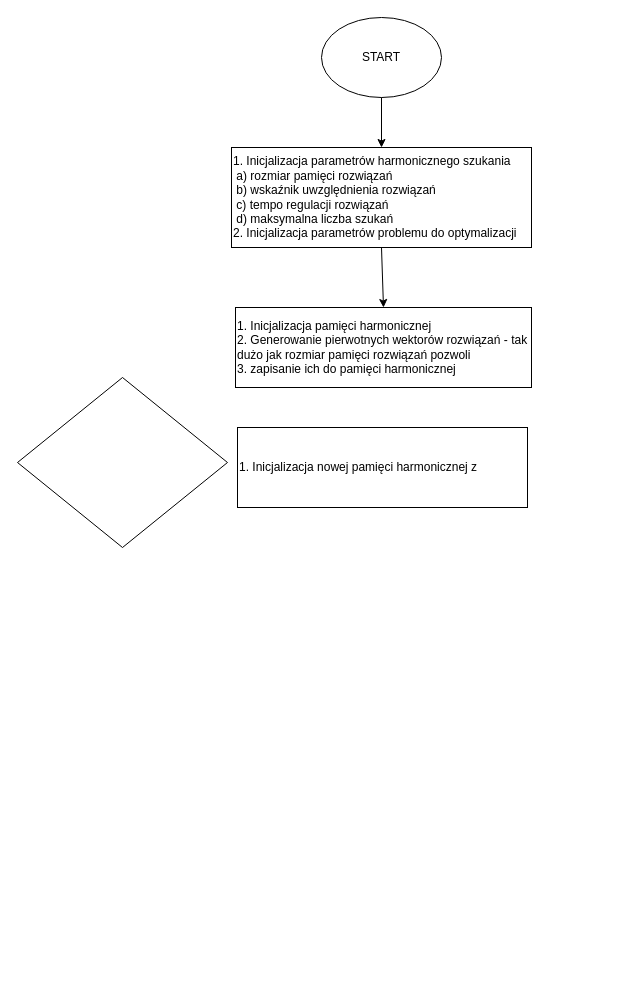
Earlier version of the draw.io diagram dokumentacja/algorytm.drawio (EmPi8337/HS). Source tidied: cells renumbered, new cells numbered last; positions are measured from the earlier drawing's top-left corner, leaving out a move shared by most shapes. Both pictures are drawn from the tidied source at 100%, with x=0, y=0 at pixel (17, 17).
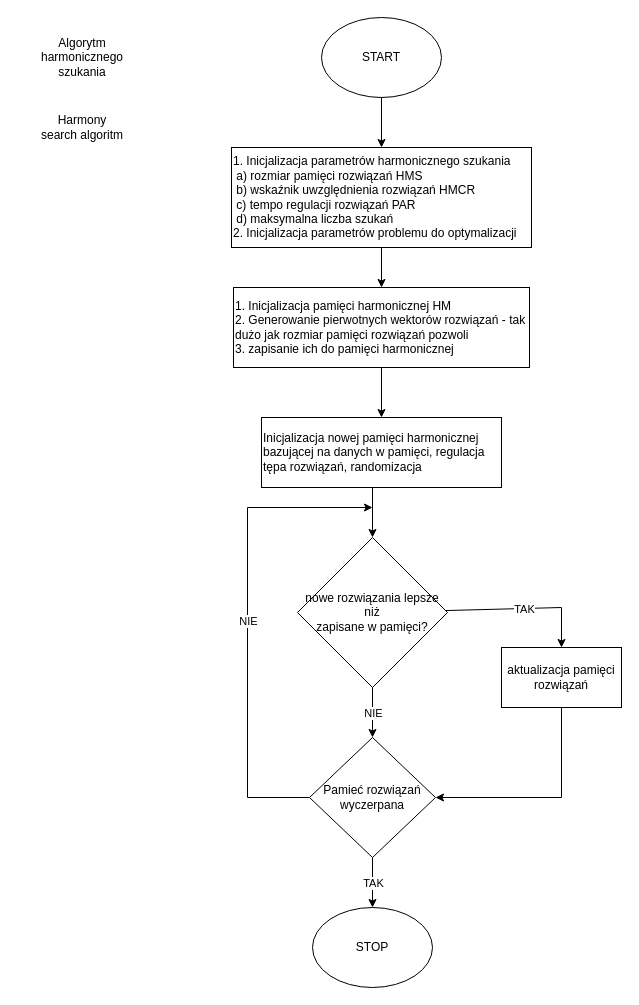
The same page after the edit.

Change to the diagram source:
```diff
@@
-    <mxCell id="2" value="&lt;div&gt;1. Inicjalizacja parametrów harmonicznego szukania&lt;/div&gt;&lt;div&gt;&lt;span style=&quot;white-space: pre&quot;&gt; &lt;/span&gt;a) rozmiar pamięci rozwiązań&lt;br&gt;&lt;/div&gt;&lt;div&gt;&lt;span style=&quot;white-space: pre&quot;&gt; &lt;/span&gt;b) wskaźnik uwzględnienia rozwiązań&lt;/div&gt;&lt;div&gt;&lt;span style=&quot;white-space: pre&quot;&gt; &lt;/span&gt;c) tempo regulacji rozwiązań&lt;/div&gt;&lt;div&gt;&lt;span style=&quot;white-space: pre&quot;&gt; &lt;/span&gt;d) maksymalna liczba szukań&lt;/div&gt;&lt;div&gt;2. Inicjalizacja parametrów problemu do optymalizacji&lt;br&gt;&lt;/div&gt;" style="rounded=0;whiteSpace=wrap;html=1;align=left;" parent="1" vertex="1">
+    <mxCell id="2" value="&lt;div&gt;1. Inicjalizacja parametrów harmonicznego szukania&lt;/div&gt;&lt;div&gt;&lt;span style=&quot;white-space: pre&quot;&gt; &lt;/span&gt;a) rozmiar pamięci rozwiązań HMS&lt;br&gt;&lt;/div&gt;&lt;div&gt;&lt;span style=&quot;white-space: pre&quot;&gt; &lt;/span&gt;b) wskaźnik uwzględnienia rozwiązań HMCR&lt;br&gt;&lt;/div&gt;&lt;div&gt;&lt;span style=&quot;white-space: pre&quot;&gt; &lt;/span&gt;c) tempo regulacji rozwiązań PAR&lt;br&gt;&lt;/div&gt;&lt;div&gt;&lt;span style=&quot;white-space: pre&quot;&gt; &lt;/span&gt;d) maksymalna liczba szukań&lt;/div&gt;&lt;div&gt;2. Inicjalizacja parametrów problemu do optymalizacji&lt;br&gt;&lt;/div&gt;" style="rounded=0;whiteSpace=wrap;html=1;align=left;" parent="1" vertex="1">
       <mxGeometry x="214" y="130" width="300" height="100" as="geometry" />
     </mxCell>
@@
-    <mxCell id="5" value="&lt;div&gt;1. Inicjalizacja pamięci harmonicznej&lt;/div&gt;&lt;div&gt;2. Generowanie pierwotnych wektorów rozwiązań - tak dużo jak rozmiar pamięci rozwiązań pozwoli&lt;/div&gt;&lt;div&gt;3. zapisanie ich do pamięci harmonicznej &lt;br&gt; &lt;/div&gt;" style="rounded=0;whiteSpace=wrap;html=1;align=left;" parent="1" vertex="1">
-      <mxGeometry x="218" y="290" width="296" height="80" as="geometry" />
+    <mxCell id="5" value="&lt;div&gt;1. Inicjalizacja pamięci harmonicznej HM&lt;br&gt;&lt;/div&gt;&lt;div&gt;2. Generowanie pierwotnych wektorów rozwiązań - tak dużo jak rozmiar pamięci rozwiązań pozwoli&lt;/div&gt;&lt;div&gt;3. zapisanie ich do pamięci harmonicznej &lt;br&gt; &lt;/div&gt;" style="rounded=0;whiteSpace=wrap;html=1;align=left;" parent="1" vertex="1">
+      <mxGeometry x="216" y="270" width="296" height="80" as="geometry" />
     </mxCell>
@@
-    <mxCell id="7" value="1. Inicjalizacja nowej pamięci harmonicznej z " style="rounded=0;whiteSpace=wrap;html=1;align=left;" parent="1" vertex="1">
-      <mxGeometry x="220" y="410" width="290" height="80" as="geometry" />
+    <mxCell id="7" value="Inicjalizacja nowej pamięci harmonicznej bazującej na danych w pamięci, regulacja tępa rozwiązań, randomizacja " style="rounded=0;whiteSpace=wrap;html=1;align=left;" parent="1" vertex="1">
+      <mxGeometry x="244" y="400" width="240" height="70" as="geometry" />
     </mxCell>
-    <mxCell id="8" style="rhombus;whiteSpace=wrap;html=1;" parent="1" vertex="1">
-      <mxGeometry y="360" width="210" height="170" as="geometry" />
+    <mxCell id="8" value="nowe rozwiązania lepsze niż&lt;br&gt;zapisane w pamięci?" style="rhombus;whiteSpace=wrap;html=1;" parent="1" vertex="1">
+      <mxGeometry x="280" y="520" width="150" height="150" as="geometry" />
     </mxCell>
+    <mxCell id="9" style="endArrow=classic;html=1;rounded=0;exitX=0.5;exitY=1;exitDx=0;exitDy=0;entryX=0.5;entryY=0;entryDx=0;entryDy=0;" parent="1" edge="1" source="5" target="7">
+      <mxGeometry relative="1" as="geometry" />
+    </mxCell>
+    <mxCell id="10" value="Pamieć rozwiązań wyczerpana" style="rhombus;whiteSpace=wrap;html=1;" parent="1" vertex="1">
+      <mxGeometry x="292" y="720" width="126" height="120" as="geometry" />
+    </mxCell>
+    <mxCell id="11" value="aktualizacja pamięci rozwiązań" style="rounded=0;whiteSpace=wrap;html=1;" parent="1" vertex="1">
+      <mxGeometry x="484" y="630" width="120" height="60" as="geometry" />
+    </mxCell>
+    <mxCell id="12" value="STOP" style="ellipse;whiteSpace=wrap;html=1;" parent="1" vertex="1">
+      <mxGeometry x="295" y="890" width="120" height="80" as="geometry" />
+    </mxCell>
+    <mxCell id="13" style="endArrow=classic;html=1;rounded=0;entryX=0.5;entryY=0;entryDx=0;entryDy=0;" parent="1" edge="1" target="8">
+      <mxGeometry relative="1" as="geometry">
+        <mxPoint x="355" y="470" as="sourcePoint" />
+      </mxGeometry>
+    </mxCell>
+    <mxCell id="14" style="endArrow=classic;html=1;rounded=0;exitX=0.5;exitY=1;exitDx=0;exitDy=0;entryX=0.5;entryY=0;entryDx=0;entryDy=0;" parent="1" edge="1" source="8" target="10">
+      <mxGeometry relative="1" as="geometry" />
+    </mxCell>
+    <mxCell id="15" value="NIE" style="edgeLabel;html=1;align=center;verticalAlign=middle;" parent="14" vertex="1">
+      <mxGeometry relative="1" as="geometry" />
+    </mxCell>
+    <mxCell id="16" style="endArrow=classic;html=1;rounded=0;entryX=0.5;entryY=0;entryDx=0;entryDy=0;" parent="1" edge="1" source="8" target="11">
+      <mxGeometry relative="1" as="geometry">
+        <Array as="points">
+          <mxPoint x="544" y="590" />
+        </Array>
+      </mxGeometry>
+    </mxCell>
+    <mxCell id="17" value="TAK" style="edgeLabel;html=1;align=center;verticalAlign=middle;" parent="16" vertex="1">
+      <mxGeometry relative="1" as="geometry" />
+    </mxCell>
+    <mxCell id="18" style="endArrow=classic;html=1;rounded=0;exitX=0.5;exitY=1;exitDx=0;exitDy=0;entryX=1;entryY=0.5;entryDx=0;entryDy=0;" parent="1" edge="1" source="11" target="10">
+      <mxGeometry relative="1" as="geometry">
+        <Array as="points">
+          <mxPoint x="544" y="780" />
+        </Array>
+      </mxGeometry>
+    </mxCell>
+    <mxCell id="19" style="endArrow=classic;html=1;rounded=0;exitX=0;exitY=0.5;exitDx=0;exitDy=0;" parent="1" edge="1" source="10">
+      <mxGeometry relative="1" as="geometry">
+        <mxPoint x="355" y="490" as="targetPoint" />
+        <Array as="points">
+          <mxPoint x="230" y="780" />
+          <mxPoint x="230" y="490" />
+        </Array>
+      </mxGeometry>
+    </mxCell>
+    <mxCell id="20" value="NIE" style="edgeLabel;html=1;align=center;verticalAlign=middle;" parent="19" vertex="1">
+      <mxGeometry relative="1" as="geometry" />
+    </mxCell>
+    <mxCell id="21" style="endArrow=classic;html=1;rounded=0;exitX=0.5;exitY=1;exitDx=0;exitDy=0;entryX=0.5;entryY=0;entryDx=0;entryDy=0;" parent="1" edge="1" source="10" target="12">
+      <mxGeometry relative="1" as="geometry" />
+    </mxCell>
+    <mxCell id="22" value="TAK" style="edgeLabel;html=1;align=center;verticalAlign=middle;" parent="21" vertex="1">
+      <mxGeometry relative="1" as="geometry" />
+    </mxCell>
+    <mxCell id="23" value="Algorytm harmonicznego szukania" style="text;html=1;strokeColor=none;fillColor=none;align=center;verticalAlign=middle;whiteSpace=wrap;rounded=0;" parent="1" vertex="1">
+      <mxGeometry x="5" y="20" width="120" height="40" as="geometry" />
+    </mxCell>
+    <mxCell id="24" value="Harmony search algoritm" style="text;html=1;strokeColor=none;fillColor=none;align=center;verticalAlign=middle;whiteSpace=wrap;rounded=0;" parent="1" vertex="1">
+      <mxGeometry x="20" y="90" width="90" height="40" as="geometry" />
+    </mxCell>
```
